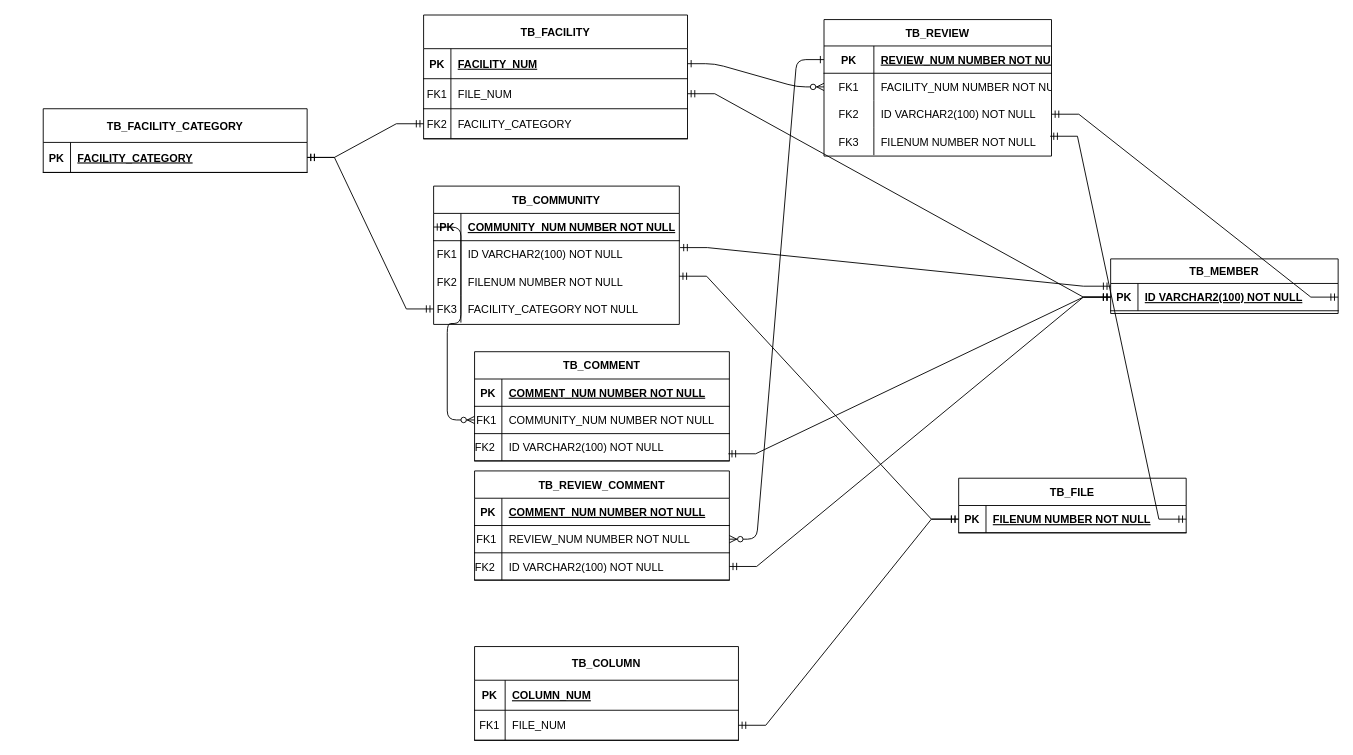
rimgosu/ProjectStudy keeps this draw.io diagram as document/제목 없는 다이어그램.drawio. Above is the earlier version. Source tidied: cells renumbered, new cells numbered last; positions are measured from the earlier drawing's top-left corner, leaving out a move shared by most shapes. Both pictures are drawn from the tidied source at 91%, with x=0, y=0 at pixel (43, 15).
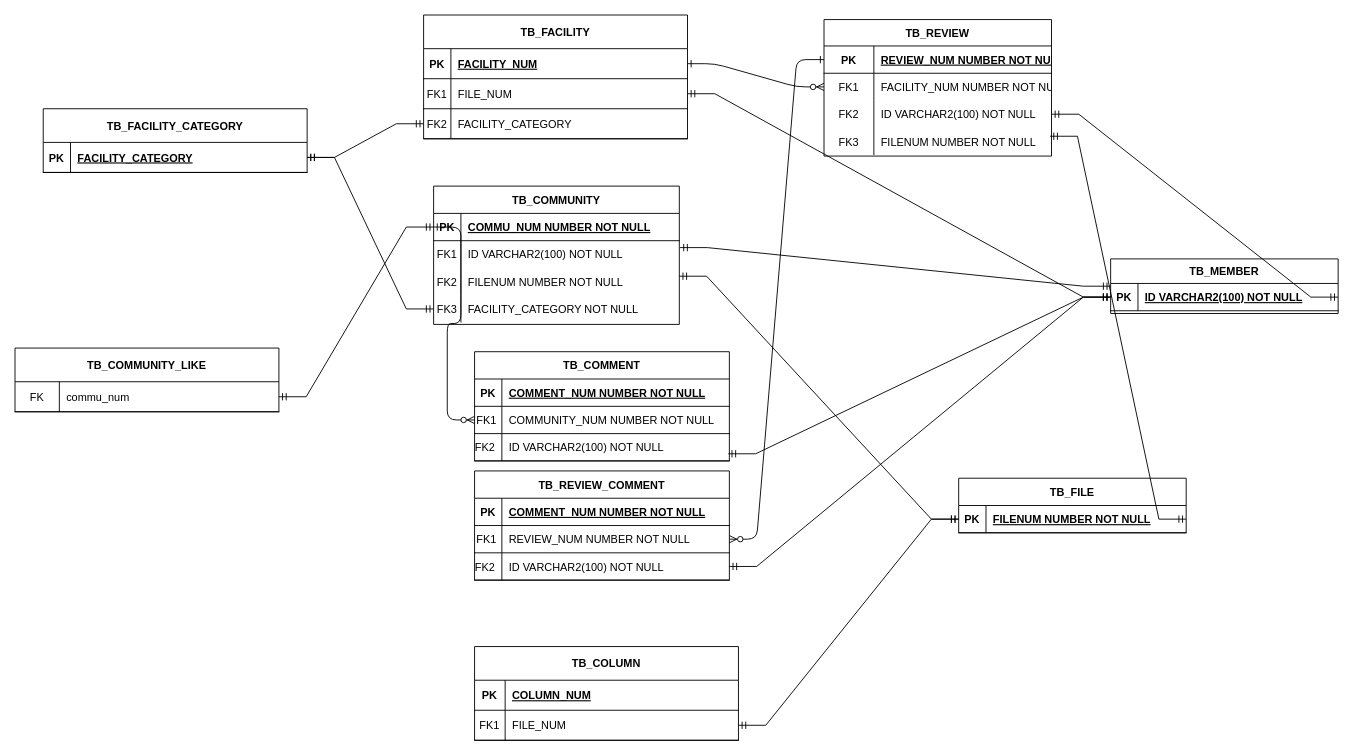
The same diagram, later.

Commit message:
제목 없는 다이어그램.drawio 업데이트

Unchanged cells that the change refers to:
```xml
<mxCell id="31" style="shape=partialRectangle;fillColor=none;points=[[0,0.5],[1,0.5]];portConstraint=eastwest;top=0;left=0;right=0;bottom=1;" parent="30" vertex="1">
  <mxGeometry y="30" width="270" height="30" as="geometry" />
</mxCell>
```

Change to the diagram source:
```diff
@@
-    <mxCell id="33" value="COMMUNITY_NUM NUMBER NOT NULL" style="shape=partialRectangle;overflow=hidden;fillColor=none;top=0;left=0;bottom=0;right=0;align=left;spacingLeft=6;fontStyle=5;" parent="31" vertex="1">
+    <mxCell id="33" value="COMMU_NUM NUMBER NOT NULL" style="shape=partialRectangle;overflow=hidden;fillColor=none;top=0;left=0;bottom=0;right=0;align=left;spacingLeft=6;fontStyle=5;" parent="31" vertex="1">
       <mxGeometry x="30" width="240" height="30" as="geometry" />
     </mxCell>
@@
+    <mxCell id="90" value="TB_COMMUNITY_LIKE" style="shape=table;startSize=37;childLayout=tableLayout;rowLines=0;fontStyle=1;align=center;" parent="1" vertex="1">
+      <mxGeometry x="-31" y="366" width="290" height="70" as="geometry" />
+    </mxCell>
+    <mxCell id="91" style="shape=partialRectangle;fillColor=none;top=0;left=0;right=0;bottom=1;" parent="90" vertex="1">
+      <mxGeometry y="37" width="290" height="33" as="geometry" />
+    </mxCell>
+    <mxCell id="92" value="FK" style="shape=partialRectangle;overflow=hidden;fillColor=none;top=0;left=0;bottom=0;right=0;fontStyle=0;" parent="91" vertex="1">
+      <mxGeometry width="48.7" height="33" as="geometry" />
+    </mxCell>
+    <mxCell id="93" value="commu_num" style="shape=partialRectangle;overflow=hidden;fillColor=none;top=0;left=0;bottom=0;right=0;align=left;spacingLeft=6;fontStyle=0;strokeColor=inherit;" parent="91" vertex="1">
+      <mxGeometry x="48.7" width="241.3" height="33" as="geometry" />
+    </mxCell>
+    <mxCell id="94" style="edgeStyle=entityRelationEdgeStyle;fontSize=12;html=1;endArrow=ERmandOne;startArrow=ERmandOne;rounded=0;exitX=1;exitY=0.5;exitDx=0;exitDy=0;entryX=0;entryY=0.5;entryDx=0;entryDy=0;" parent="1" edge="1" target="31">
+      <mxGeometry relative="1" as="geometry">
+        <mxPoint x="259" y="419.5" as="sourcePoint" />
+        <Array as="points">
+          <mxPoint x="1120" y="302" />
+        </Array>
+      </mxGeometry>
+    </mxCell>
```
